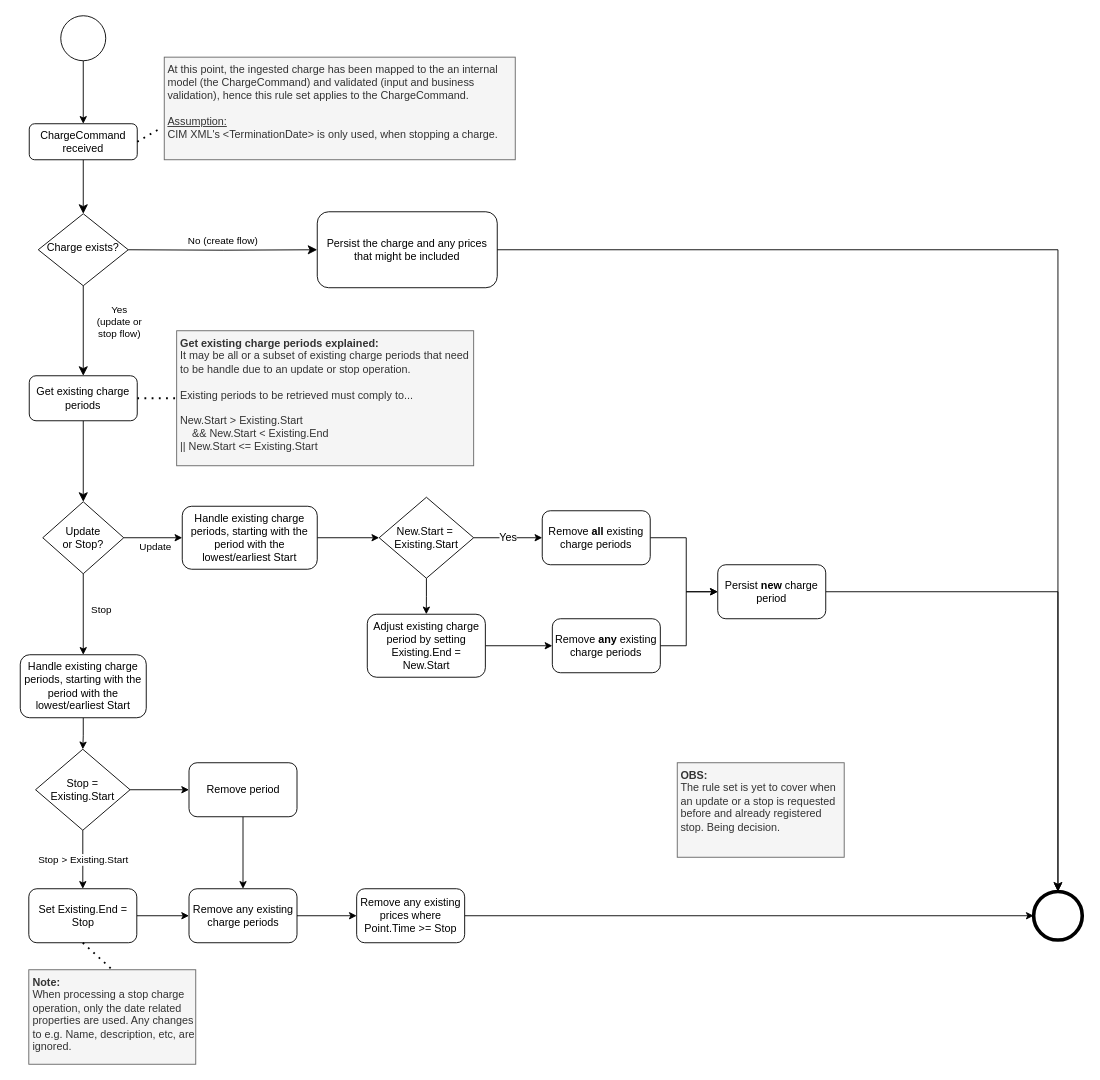
The draw.io diagram page "Ruleset_v2" (1 of 2) of docs/process-flows/images/PersistingChargesRuleSet_ProcessFlow.drawio in Energinet-DataHub/ARCHIVED-geh-charges, before the edit. Source tidied: cells renumbered, new cells numbered last; positions are measured from the earlier drawing's top-left corner, leaving out a move shared by most shapes. Both pictures are drawn from the tidied source at 90%, with x=0, y=0 at pixel (20, 15).
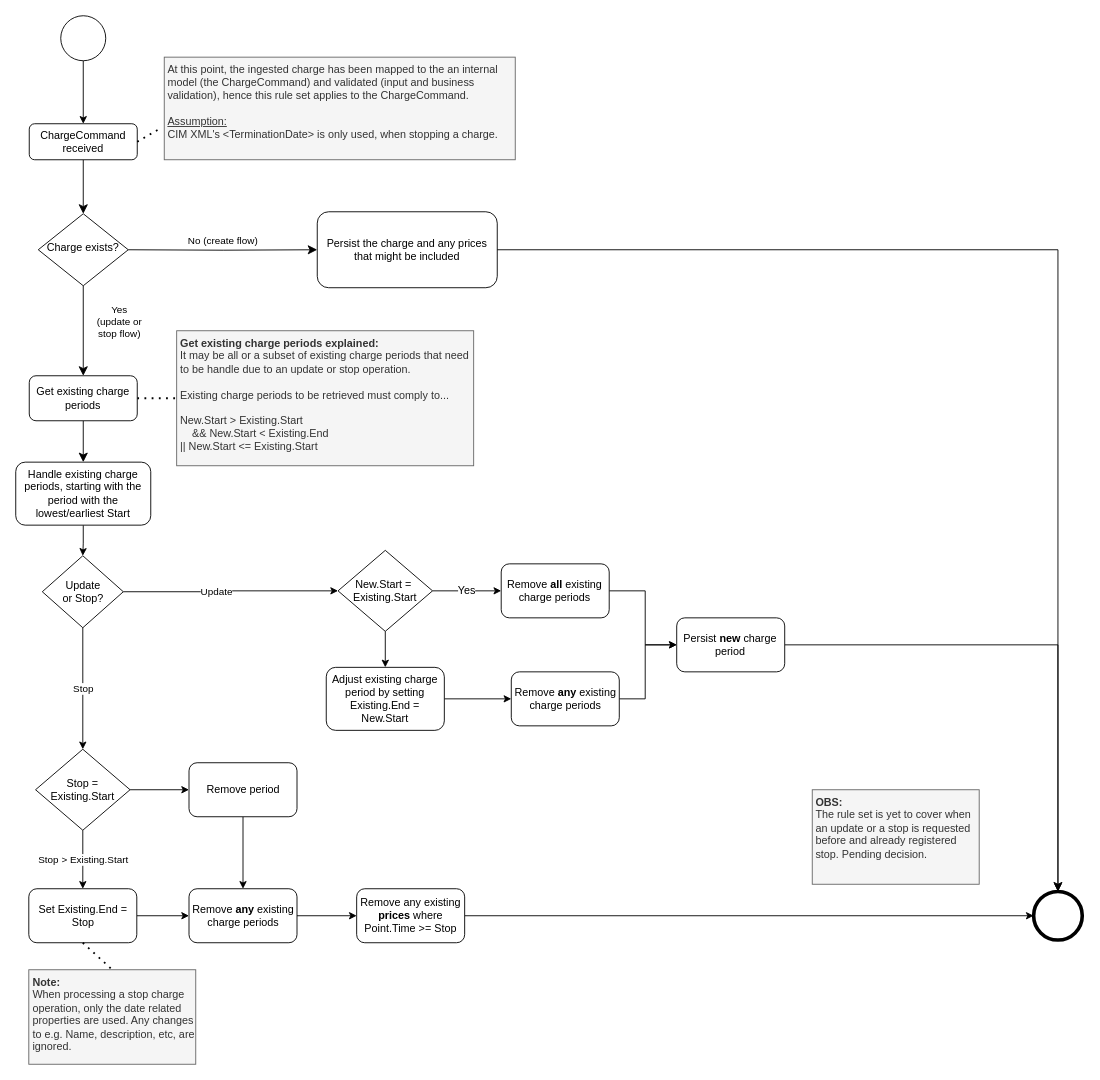
The same diagram, later.

Unchanged cells that the change refers to:
```xml
<mxCell id="17" value="Get existing charge periods" style="rounded=1;whiteSpace=wrap;html=1;fontSize=12;glass=0;strokeWidth=1;shadow=0;" parent="1" vertex="1">
  <mxGeometry x="10" y="400" width="120" height="50" as="geometry" />
</mxCell>
<mxCell id="27" value="Stop = Existing.Start" style="rhombus;whiteSpace=wrap;html=1;" parent="1" vertex="1">
  <mxGeometry x="17" y="815" width="105" height="90" as="geometry" />
</mxCell>
```

The edit, as a diff of the source:
```diff
@@
-    <mxCell id="11" style="rounded=0;html=1;jettySize=auto;fontSize=11;endArrow=classic;endFill=1;endSize=8;strokeWidth=1;shadow=0;labelBackgroundColor=none;edgeStyle=orthogonalEdgeStyle;exitX=0.5;exitY=1;exitDx=0;exitDy=0;entryX=0.5;entryY=0;entryDx=0;entryDy=0;" parent="1" edge="1" source="17" target="20">
+    <mxCell id="11" style="rounded=0;html=1;jettySize=auto;fontSize=11;endArrow=classic;endFill=1;endSize=8;strokeWidth=1;shadow=0;labelBackgroundColor=none;edgeStyle=orthogonalEdgeStyle;exitX=0.5;exitY=1;exitDx=0;exitDy=0;entryX=0.5;entryY=0;entryDx=0;entryDy=0;" parent="1" edge="1" source="17" target="24">
       <mxGeometry y="20" relative="1" as="geometry" />
     </mxCell>
@@
-    <mxCell id="16" value="&lt;b&gt;Get existing charge periods explained:&lt;/b&gt;&lt;br&gt;It may be all or a subset of existing charge periods that need to be handle due to an update or stop operation.&lt;br&gt;&lt;br&gt;Existing periods to be retrieved must comply to...&lt;br&gt;&lt;br&gt;New.Start &amp;gt; Existing.Start&lt;br&gt;&amp;nbsp; &amp;nbsp; &amp;amp;&amp;amp; New.Start &amp;lt; Existing.End&lt;br&gt;|| New.Start &amp;lt;= Existing.Start" style="text;html=1;strokeColor=#666666;fillColor=#f5f5f5;align=left;verticalAlign=top;whiteSpace=wrap;rounded=0;fontColor=#333333;perimeterSpacing=0;spacingTop=0;spacingLeft=2;spacingBottom=2;" parent="1" vertex="1">
+    <mxCell id="16" value="&lt;b&gt;Get existing charge periods explained:&lt;/b&gt;&lt;br&gt;It may be all or a subset of existing charge periods that need to be handle due to an update or stop operation.&lt;br&gt;&lt;br&gt;Existing charge periods to be retrieved must comply to...&lt;br&gt;&lt;br&gt;New.Start &amp;gt; Existing.Start&lt;br&gt;&amp;nbsp; &amp;nbsp; &amp;amp;&amp;amp; New.Start &amp;lt; Existing.End&lt;br&gt;|| New.Start &amp;lt;= Existing.Start" style="text;html=1;strokeColor=#666666;fillColor=#f5f5f5;align=left;verticalAlign=top;whiteSpace=wrap;rounded=0;fontColor=#333333;perimeterSpacing=0;spacingTop=0;spacingLeft=2;spacingBottom=2;" parent="1" vertex="1">
       <mxGeometry x="173.8" y="350" width="330" height="150" as="geometry" />
     </mxCell>
@@
-    <mxCell id="18" value="Stop" style="edgeStyle=orthogonalEdgeStyle;rounded=0;jettySize=auto;html=1;" parent="1" edge="1" source="20" target="22">
-      <mxGeometry x="-0.11" y="20" relative="1" as="geometry" />
-    </mxCell>
-    <mxCell id="19" value="Update" style="edgeStyle=orthogonalEdgeStyle;rounded=0;jettySize=auto;html=1;" parent="1" edge="1" source="20" target="24">
-      <mxGeometry x="0.08" y="-10" relative="1" as="geometry" />
+    <mxCell id="19" value="Update" style="edgeStyle=orthogonalEdgeStyle;rounded=0;jettySize=auto;html=1;entryX=0;entryY=0.5;entryDx=0;entryDy=0;" parent="1" edge="1" source="20" target="44">
+      <mxGeometry x="-0.14" relative="1" as="geometry" />
     </mxCell>
     <mxCell id="20" value="Update &lt;br&gt;or Stop?" style="rhombus;whiteSpace=wrap;html=1;" parent="1" vertex="1">
-      <mxGeometry x="25" y="540" width="90" height="80" as="geometry" />
+      <mxGeometry x="24.5" y="600" width="90" height="80" as="geometry" />
     </mxCell>
-    <mxCell id="21" style="edgeStyle=orthogonalEdgeStyle;rounded=0;jettySize=auto;html=1;entryX=0.5;entryY=0;entryDx=0;entryDy=0;" parent="1" edge="1" source="22" target="27">
+    <mxCell id="21" value="Stop" style="edgeStyle=orthogonalEdgeStyle;rounded=0;jettySize=auto;html=1;entryX=0.5;entryY=0;entryDx=0;entryDy=0;exitX=0.5;exitY=1;exitDx=0;exitDy=0;" parent="1" edge="1" source="20" target="27">
       <mxGeometry relative="1" as="geometry" />
     </mxCell>
-    <mxCell id="22" value="Handle existing charge periods, starting with the period with the lowest/earliest Start" style="rounded=1;whiteSpace=wrap;html=1;" parent="1" vertex="1">
-      <mxGeometry y="710" width="140" height="70" as="geometry" />
-    </mxCell>
-    <mxCell id="23" style="edgeStyle=orthogonalEdgeStyle;rounded=0;jettySize=auto;html=1;fontSize=11;endArrow=classic;endFill=1;entryX=0;entryY=0.5;entryDx=0;entryDy=0;" parent="1" edge="1" source="24" target="44">
-      <mxGeometry relative="1" as="geometry" />
-    </mxCell>
-    <mxCell id="24" value="&lt;span&gt;Handle existing charge periods, starting with the period with the lowest/earliest Start&lt;/span&gt;" style="rounded=1;whiteSpace=wrap;html=1;" parent="1" vertex="1">
-      <mxGeometry x="180" y="545" width="150" height="70" as="geometry" />
-    </mxCell>
@@
-    <mxCell id="31" value="Remove any existing prices where Point.Time &amp;gt;= Stop" style="rounded=1;whiteSpace=wrap;html=1;" parent="1" vertex="1">
+    <mxCell id="31" value="Remove any existing &lt;b&gt;prices &lt;/b&gt;where Point.Time &amp;gt;= Stop" style="rounded=1;whiteSpace=wrap;html=1;" parent="1" vertex="1">
       <mxGeometry x="373.8" y="970" width="120" height="60" as="geometry" />
     </mxCell>
@@
-    <mxCell id="35" value="Remove any existing charge periods" style="rounded=1;whiteSpace=wrap;html=1;" parent="1" vertex="1">
+    <mxCell id="35" value="Remove &lt;b&gt;any &lt;/b&gt;existing charge periods" style="rounded=1;whiteSpace=wrap;html=1;" parent="1" vertex="1">
       <mxGeometry x="187.5" y="970" width="120" height="60" as="geometry" />
     </mxCell>
@@
     <mxCell id="38" style="edgeStyle=orthogonalEdgeStyle;rounded=0;jettySize=auto;html=1;fontSize=11;endArrow=classic;endFill=1;" parent="1" edge="1" source="39" target="41">
       <mxGeometry relative="1" as="geometry">
         <Array as="points">
-          <mxPoint x="740" y="580" />
-          <mxPoint x="740" y="640" />
+          <mxPoint x="694.4" y="639" />
+          <mxPoint x="694.4" y="699" />
         </Array>
       </mxGeometry>
     </mxCell>
     <mxCell id="39" value="Remove &lt;b&gt;all &lt;/b&gt;existing charge periods" style="rounded=1;whiteSpace=wrap;html=1;" parent="1" vertex="1">
-      <mxGeometry x="580" y="550" width="120" height="60" as="geometry" />
+      <mxGeometry x="534.4" y="609" width="120" height="60" as="geometry" />
     </mxCell>
@@
     <mxCell id="41" value="Persist &lt;b&gt;new &lt;/b&gt;charge period" style="whiteSpace=wrap;html=1;rounded=1;" parent="1" vertex="1">
-      <mxGeometry x="775" y="610" width="120" height="60" as="geometry" />
+      <mxGeometry x="729.4" y="669" width="120" height="60" as="geometry" />
     </mxCell>
@@
     <mxCell id="44" value="&lt;font style=&quot;font-size: 12px&quot;&gt;New.Start =&amp;nbsp;&lt;br&gt;Existing.Start&lt;/font&gt;" style="rhombus;whiteSpace=wrap;html=1;" parent="1" vertex="1">
-      <mxGeometry x="398.8" y="535" width="105" height="90" as="geometry" />
+      <mxGeometry x="353.1" y="594" width="105" height="90" as="geometry" />
     </mxCell>
@@
     <mxCell id="46" value="Adjust existing charge period by setting Existing.End = New.Start" style="rounded=1;whiteSpace=wrap;html=1;" parent="1" vertex="1">
-      <mxGeometry x="385.6" y="665" width="131.2" height="70" as="geometry" />
+      <mxGeometry x="340" y="724" width="131.2" height="70" as="geometry" />
     </mxCell>
     <mxCell id="47" style="edgeStyle=orthogonalEdgeStyle;rounded=0;jettySize=auto;html=1;entryX=0;entryY=0.5;entryDx=0;entryDy=0;fontSize=12;endArrow=classic;endFill=1;" parent="1" edge="1" source="48" target="41">
       <mxGeometry relative="1" as="geometry">
         <Array as="points">
-          <mxPoint x="740" y="700" />
-          <mxPoint x="740" y="640" />
+          <mxPoint x="694.4" y="759" />
+          <mxPoint x="694.4" y="699" />
         </Array>
       </mxGeometry>
     </mxCell>
     <mxCell id="48" value="Remove &lt;b&gt;any &lt;/b&gt;existing charge periods" style="rounded=1;whiteSpace=wrap;html=1;" parent="1" vertex="1">
-      <mxGeometry x="591.2" y="670" width="120" height="60" as="geometry" />
+      <mxGeometry x="545.6" y="729" width="120" height="60" as="geometry" />
     </mxCell>
-    <mxCell id="49" value="&lt;b&gt;OBS:&amp;nbsp;&lt;/b&gt;&lt;br&gt;The rule set is yet to cover when an update or a stop is requested before and already registered stop. Being decision.&amp;nbsp;" style="text;html=1;align=left;verticalAlign=top;whiteSpace=wrap;rounded=0;perimeterSpacing=0;spacingTop=0;spacingLeft=2;spacingBottom=2;fillColor=#f5f5f5;strokeColor=#666666;fontColor=#333333;" parent="1" vertex="1">
-      <mxGeometry x="730" y="830" width="185.5" height="105" as="geometry" />
+    <mxCell id="49" value="&lt;b&gt;OBS:&amp;nbsp;&lt;/b&gt;&lt;br&gt;The rule set is yet to cover when an update or a stop is requested before and already registered stop. Pending decision." style="text;html=1;align=left;verticalAlign=top;whiteSpace=wrap;rounded=0;perimeterSpacing=0;spacingTop=0;spacingLeft=2;spacingBottom=2;fillColor=#f5f5f5;strokeColor=#666666;fontColor=#333333;" parent="1" vertex="1">
+      <mxGeometry x="880" y="860" width="185.5" height="105" as="geometry" />
     </mxCell>
+    <mxCell id="50" style="edgeStyle=orthogonalEdgeStyle;rounded=0;jettySize=auto;html=1;fontSize=12;endArrow=classic;endFill=1;" parent="1" edge="1" source="24" target="20">
+      <mxGeometry relative="1" as="geometry" />
+    </mxCell>
+    <mxCell id="24" value="&lt;span&gt;Handle existing charge periods, starting with the period with the lowest/earliest Start&lt;/span&gt;" style="rounded=1;whiteSpace=wrap;html=1;" parent="1" vertex="1">
+      <mxGeometry x="-5" y="496" width="150" height="70" as="geometry" />
+    </mxCell>
```
